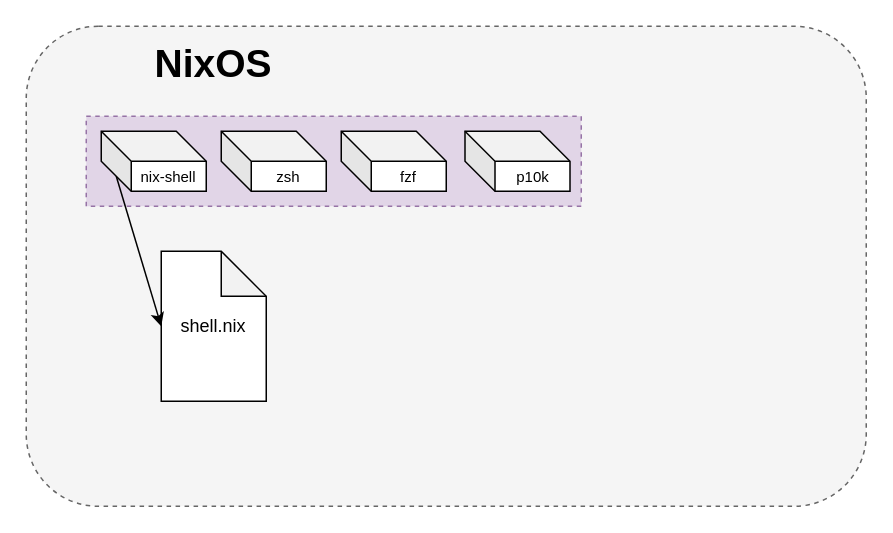
Earlier version of the draw.io diagram posts/coder-and-nix/static/nix_tooling.drawio (coder/blogs). Source tidied: cells renumbered, new cells numbered last; positions are measured from the earlier drawing's top-left corner, leaving out a move shared by most shapes. Both pictures are drawn from the tidied source at 150%, with x=0, y=0 at pixel (26, 26).
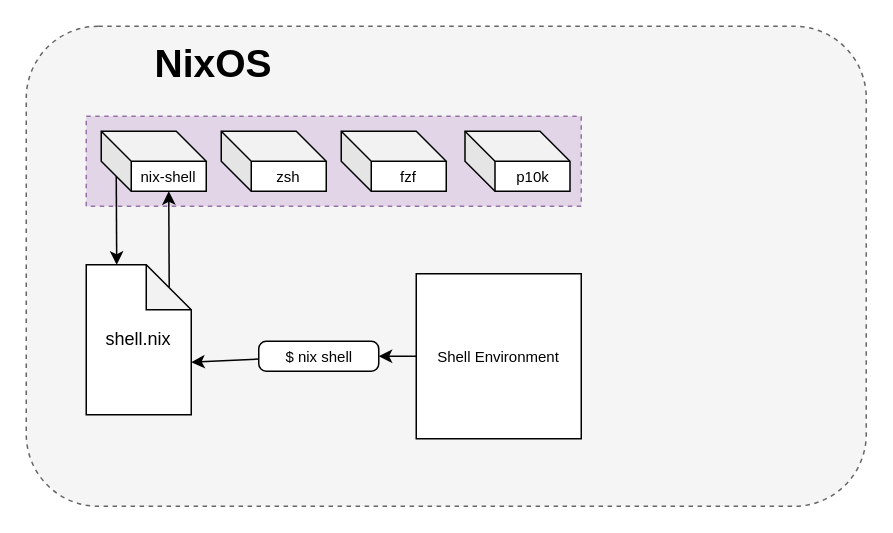
Above is the later version.

What changed in the source:
```diff
@@
 <mxGraphModel>
   <root>
     <mxCell id="0" />
     <mxCell id="1" parent="0" />
     <mxCell id="2" style="rounded=1;whiteSpace=wrap;html=1;dashed=1;fillColor=#f5f5f5;fontColor=#333333;strokeColor=#666666;" parent="1" vertex="1">
       <mxGeometry width="560" height="320" as="geometry" />
     </mxCell>
     <mxCell id="3" style="rounded=0;whiteSpace=wrap;html=1;fillColor=#e1d5e7;strokeColor=#9673a6;dashed=1;" parent="1" vertex="1">
       <mxGeometry x="40" y="60" width="330" height="60" as="geometry" />
     </mxCell>
     <mxCell id="4" value="NixOS" style="text;html=1;strokeColor=none;fillColor=none;align=center;verticalAlign=middle;whiteSpace=wrap;rounded=0;dashed=1;fontStyle=1;fontSize=26;" parent="1" vertex="1">
       <mxGeometry x="95" y="10" width="60" height="30" as="geometry" />
     </mxCell>
+    <mxCell id="11" style="edgeStyle=none;html=1;entryX=0;entryY=0;entryDx=45;entryDy=40;entryPerimeter=0;fontSize=10;exitX=0.79;exitY=0.15;exitDx=0;exitDy=0;exitPerimeter=0;" parent="1" edge="1" source="5" target="7">
+      <mxGeometry relative="1" as="geometry" />
+    </mxCell>
-    <mxCell id="5" value="shell.nix" style="shape=note;whiteSpace=wrap;html=1;backgroundOutline=1;darkOpacity=0.05;rounded=1;fontSize=12;" parent="1" vertex="1">
-      <mxGeometry x="90" y="150" width="70" height="100" as="geometry" />
+    <mxCell id="5" value="shell.nix" style="shape=note;whiteSpace=wrap;html=1;backgroundOutline=1;darkOpacity=0.05;rounded=1;fontSize=12;points=[[0,0,0,0,0],[0,0.24,0,0,0],[0,0.5,0,0,0],[0,0.75,0,0,0],[0,1,0,0,0],[0.29,0,0,0,0],[0.5,0,0,0,0],[0.5,1,0,0,0],[0.57,0,0,0,0],[0.79,0.15,0,0,0],[1,0.3,0,0,0],[1,0.48,0,0,0],[1,0.65,0,0,0],[1,0.81,0,0,0],[1,1,0,0,0]];" parent="1" vertex="1">
+      <mxGeometry x="40" y="159" width="70" height="100" as="geometry" />
     </mxCell>
-    <mxCell id="6" style="edgeStyle=none;html=1;exitX=0;exitY=0;exitDx=10;exitDy=30;exitPerimeter=0;entryX=0;entryY=0.5;entryDx=0;entryDy=0;entryPerimeter=0;fontSize=10;" parent="1" edge="1" source="7" target="5">
+    <mxCell id="6" style="edgeStyle=none;html=1;exitX=0;exitY=0;exitDx=10;exitDy=30;exitPerimeter=0;entryX=0.29;entryY=0;entryDx=0;entryDy=0;entryPerimeter=0;fontSize=10;" parent="1" edge="1" source="7" target="5">
       <mxGeometry relative="1" as="geometry" />
     </mxCell>
     <mxCell id="7" value="nix-shell" style="shape=cube;whiteSpace=wrap;html=1;boundedLbl=1;backgroundOutline=1;darkOpacity=0.05;darkOpacity2=0.1;rounded=1;fontSize=10;" parent="1" vertex="1">
       <mxGeometry x="50" y="70" width="70" height="40" as="geometry" />
     </mxCell>
     <mxCell id="8" value="zsh" style="shape=cube;whiteSpace=wrap;html=1;boundedLbl=1;backgroundOutline=1;darkOpacity=0.05;darkOpacity2=0.1;rounded=1;fontSize=10;" parent="1" vertex="1">
       <mxGeometry x="130" y="70" width="70" height="40" as="geometry" />
     </mxCell>
     <mxCell id="9" value="fzf" style="shape=cube;whiteSpace=wrap;html=1;boundedLbl=1;backgroundOutline=1;darkOpacity=0.05;darkOpacity2=0.1;rounded=1;fontSize=10;" parent="1" vertex="1">
       <mxGeometry x="210" y="70" width="70" height="40" as="geometry" />
     </mxCell>
     <mxCell id="10" value="p10k" style="shape=cube;whiteSpace=wrap;html=1;boundedLbl=1;backgroundOutline=1;darkOpacity=0.05;darkOpacity2=0.1;rounded=1;fontSize=10;" parent="1" vertex="1">
       <mxGeometry x="292.5" y="70" width="70" height="40" as="geometry" />
     </mxCell>
+    <mxCell id="12" style="edgeStyle=none;html=1;entryX=1;entryY=0.5;entryDx=0;entryDy=0;fontSize=10;" parent="1" edge="1" source="13" target="15">
+      <mxGeometry relative="1" as="geometry" />
+    </mxCell>
+    <mxCell id="13" value="Shell Environment" style="whiteSpace=wrap;html=1;rounded=0;fontSize=10;" parent="1" vertex="1">
+      <mxGeometry x="260" y="165" width="110" height="110" as="geometry" />
+    </mxCell>
+    <mxCell id="14" style="edgeStyle=none;html=1;entryX=1;entryY=0.65;entryDx=0;entryDy=0;entryPerimeter=0;fontSize=10;" parent="1" edge="1" source="15" target="5">
+      <mxGeometry relative="1" as="geometry" />
+    </mxCell>
+    <mxCell id="15" value="$ nix shell" style="html=1;rounded=1;absoluteArcSize=1;arcSize=10;fontSize=10;" parent="1" vertex="1">
+      <mxGeometry x="155" y="210" width="80" height="20" as="geometry" />
+    </mxCell>
   </root>
 </mxGraphModel>
```
